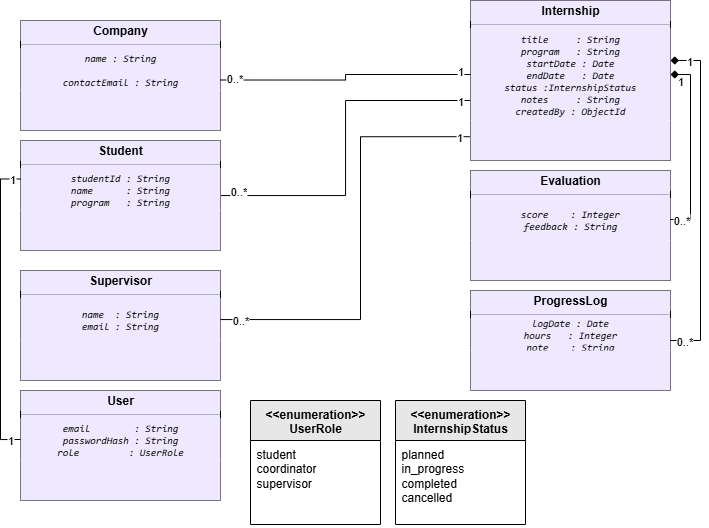
This is BDD.drawio.png from SantiagoOsorioR/sdlapps, a draw.io export, as it was before one commit. Source tidied: cells renumbered, new cells last; positions are measured from the earlier drawing's top-left corner, leaving out a move shared by most shapes.
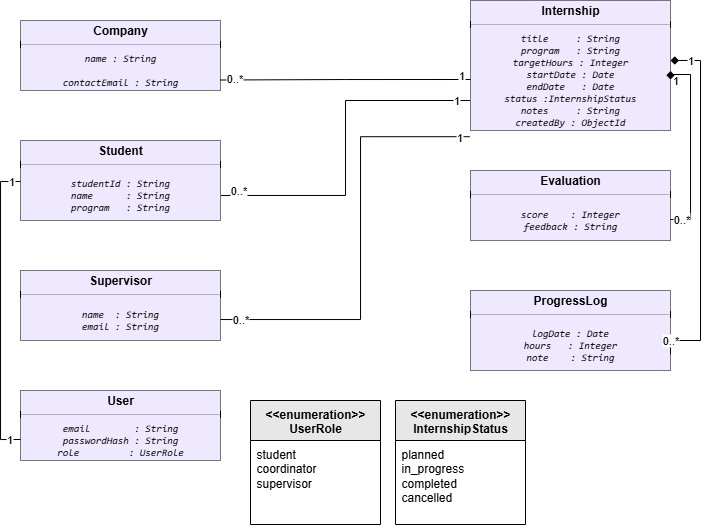
After the change.

Change to the diagram source:
```diff
@@ -3,7 +3,7 @@
     <mxCell id="0" />
     <mxCell id="1" parent="0" />
     <mxCell id="2" style="fontStyle=1;align=center;verticalAlign=middle;horizontal=1;labelBackgroundColor=none;fillColor=#EFE9FF;" parent="1" vertex="1">
-      <mxGeometry y="20" width="200" height="110" as="geometry" />
+      <mxGeometry y="20" width="200" height="70" as="geometry" />
     </mxCell>
     <mxCell id="3" value="Company" style="html=1;align=center;spacing=0;verticalAlign=middle;strokeColor=none;fillColor=#EFE9FF;whiteSpace=wrap;fontStyle=1;labelBackgroundColor=none;" parent="2" vertex="1">
       <mxGeometry width="200" height="20" as="geometry" />
@@ -14,9 +14,6 @@
     <mxCell id="5" value="&lt;code&gt;name : String&lt;/code&gt;&lt;br&gt;&lt;br&gt;&lt;code&gt;contactEmail : String&lt;/code&gt;" style="html=1;align=center;spacing=0;verticalAlign=middle;strokeColor=none;fillColor=#EFE9FF;whiteSpace=wrap;fontStyle=2;fontSize=10;labelBackgroundColor=none;" parent="2" vertex="1">
       <mxGeometry y="28" width="200" height="42" as="geometry" />
     </mxCell>
-    <mxCell id="6" style="html=1;align=left;spacing=0;spacingLeft=8;verticalAlign=middle;strokeColor=none;fillColor=#EFE9FF;whiteSpace=wrap;labelBackgroundColor=none;" parent="2" vertex="1">
-      <mxGeometry y="70" width="200" height="40" as="geometry" />
-    </mxCell>
     <mxCell id="7" style="edgeStyle=orthogonalEdgeStyle;rounded=0;jettySize=auto;html=1;entryX=0;entryY=0.5;entryDx=0;entryDy=0;endArrow=none;endFill=0;" parent="1" edge="1" source="10" target="28">
       <mxGeometry relative="1" as="geometry">
         <Array as="points">
@@ -37,7 +34,7 @@
       </mxGeometry>
     </mxCell>
     <mxCell id="10" style="fontStyle=1;align=center;verticalAlign=middle;horizontal=1;labelBackgroundColor=none;fillColor=#EFE9FF;" parent="1" vertex="1">
-      <mxGeometry y="140" width="200" height="110" as="geometry" />
+      <mxGeometry y="140" width="200" height="80" as="geometry" />
     </mxCell>
     <mxCell id="11" value="Student" style="html=1;align=center;spacing=0;verticalAlign=middle;strokeColor=none;fillColor=#EFE9FF;whiteSpace=wrap;fontStyle=1;labelBackgroundColor=none;" parent="10" vertex="1">
       <mxGeometry width="200" height="20" as="geometry" />
@@ -46,13 +43,10 @@
       <mxGeometry y="20" width="200" height="8" as="geometry" />
     </mxCell>
     <mxCell id="13" value="&lt;div&gt;&lt;font face=&quot;monospace&quot;&gt;studentId : String&lt;/font&gt;&lt;/div&gt;&lt;div&gt;&lt;font face=&quot;monospace&quot;&gt;name&amp;nbsp; &amp;nbsp; &amp;nbsp; : String&lt;/font&gt;&lt;/div&gt;&lt;div&gt;&lt;font face=&quot;monospace&quot;&gt;program&amp;nbsp; &amp;nbsp;: String&lt;/font&gt;&lt;/div&gt;" style="html=1;align=center;spacing=0;verticalAlign=middle;strokeColor=none;fillColor=#EFE9FF;whiteSpace=wrap;fontStyle=2;fontSize=10;labelBackgroundColor=none;" parent="10" vertex="1">
-      <mxGeometry y="28" width="200" height="42" as="geometry" />
+      <mxGeometry y="28" width="200" height="52" as="geometry" />
     </mxCell>
-    <mxCell id="14" style="html=1;align=left;spacing=0;spacingLeft=8;verticalAlign=middle;strokeColor=none;fillColor=#EFE9FF;whiteSpace=wrap;labelBackgroundColor=none;" parent="10" vertex="1">
-      <mxGeometry y="70" width="200" height="40" as="geometry" />
-    </mxCell>
     <mxCell id="15" style="fontStyle=1;align=center;verticalAlign=middle;horizontal=1;labelBackgroundColor=none;fillColor=#EFE9FF;" parent="1" vertex="1">
-      <mxGeometry y="270" width="200" height="110" as="geometry" />
+      <mxGeometry y="270" width="200" height="70" as="geometry" />
     </mxCell>
     <mxCell id="16" value="Supervisor" style="html=1;align=center;spacing=0;verticalAlign=middle;strokeColor=none;fillColor=#EFE9FF;whiteSpace=wrap;fontStyle=1;labelBackgroundColor=none;" parent="15" vertex="1">
       <mxGeometry width="200" height="20" as="geometry" />
@@ -63,11 +57,8 @@
     <mxCell id="18" value="&lt;div&gt;&lt;font face=&quot;monospace&quot;&gt;name&amp;nbsp; : String&lt;/font&gt;&lt;/div&gt;&lt;div&gt;&lt;font face=&quot;monospace&quot;&gt;email : String&lt;/font&gt;&lt;/div&gt;" style="html=1;align=center;spacing=0;verticalAlign=middle;strokeColor=none;fillColor=#EFE9FF;whiteSpace=wrap;fontStyle=2;fontSize=10;labelBackgroundColor=none;" parent="15" vertex="1">
       <mxGeometry y="28" width="200" height="42" as="geometry" />
     </mxCell>
-    <mxCell id="19" style="html=1;align=left;spacing=0;spacingLeft=8;verticalAlign=middle;strokeColor=none;fillColor=#EFE9FF;whiteSpace=wrap;labelBackgroundColor=none;" parent="15" vertex="1">
-      <mxGeometry y="70" width="200" height="40" as="geometry" />
-    </mxCell>
     <mxCell id="20" style="fontStyle=1;align=center;verticalAlign=middle;horizontal=1;labelBackgroundColor=none;fillColor=#EFE9FF;" parent="1" vertex="1">
-      <mxGeometry y="390" width="200" height="110" as="geometry" />
+      <mxGeometry y="390" width="200" height="70" as="geometry" />
     </mxCell>
     <mxCell id="21" value="User" style="html=1;align=center;spacing=0;verticalAlign=middle;strokeColor=none;fillColor=#EFE9FF;whiteSpace=wrap;fontStyle=1;labelBackgroundColor=none;" parent="20" vertex="1">
       <mxGeometry width="200" height="20" as="geometry" />
@@ -78,11 +69,8 @@
     <mxCell id="23" value="&lt;div&gt;&lt;font face=&quot;monospace&quot;&gt;email&amp;nbsp; &amp;nbsp; &amp;nbsp; &amp;nbsp; : String&lt;/font&gt;&lt;/div&gt;&lt;div&gt;&lt;font face=&quot;monospace&quot;&gt;passwordHash : String&lt;/font&gt;&lt;/div&gt;&lt;div&gt;&lt;font face=&quot;monospace&quot;&gt;role&amp;nbsp; &amp;nbsp; &amp;nbsp; &amp;nbsp; &amp;nbsp;: UserRole&lt;/font&gt;&lt;/div&gt;" style="html=1;align=center;spacing=0;verticalAlign=middle;strokeColor=none;fillColor=#EFE9FF;whiteSpace=wrap;fontStyle=2;fontSize=10;labelBackgroundColor=none;" parent="20" vertex="1">
       <mxGeometry y="28" width="200" height="42" as="geometry" />
     </mxCell>
-    <mxCell id="24" style="html=1;align=left;spacing=0;spacingLeft=8;verticalAlign=middle;strokeColor=none;fillColor=#EFE9FF;whiteSpace=wrap;labelBackgroundColor=none;" parent="20" vertex="1">
-      <mxGeometry y="70" width="200" height="40" as="geometry" />
-    </mxCell>
     <mxCell id="25" style="fontStyle=1;align=center;verticalAlign=middle;horizontal=1;labelBackgroundColor=none;fillColor=#EFE9FF;" parent="1" vertex="1">
-      <mxGeometry x="450" width="200" height="160" as="geometry" />
+      <mxGeometry x="450" width="200" height="130" as="geometry" />
     </mxCell>
     <mxCell id="26" value="Internship" style="html=1;align=center;spacing=0;verticalAlign=middle;strokeColor=none;fillColor=#EFE9FF;whiteSpace=wrap;fontStyle=1;labelBackgroundColor=none;" parent="25" vertex="1">
       <mxGeometry width="200" height="20" as="geometry" />
@@ -90,14 +78,11 @@
     <mxCell id="27" style="line;strokeWidth=0.25;fillColor=#EFE9FF;align=left;verticalAlign=middle;spacingTop=-1;spacingLeft=3;spacingRight=3;labelPosition=right;labelBackgroundColor=none;" parent="25" vertex="1">
       <mxGeometry y="20" width="200" height="8" as="geometry" />
     </mxCell>
-    <mxCell id="28" value="&lt;div&gt;&lt;font face=&quot;monospace&quot;&gt;title&amp;nbsp; &amp;nbsp; &amp;nbsp;: String&lt;/font&gt;&lt;/div&gt;&lt;div&gt;&lt;font face=&quot;monospace&quot;&gt;program&amp;nbsp; &amp;nbsp;: String&lt;/font&gt;&lt;/div&gt;&lt;div&gt;&lt;font face=&quot;monospace&quot;&gt;startDate : Date&lt;/font&gt;&lt;/div&gt;&lt;div&gt;&lt;font face=&quot;monospace&quot;&gt;endDate&amp;nbsp; &amp;nbsp;: Date&lt;/font&gt;&lt;/div&gt;&lt;div&gt;&lt;font face=&quot;monospace&quot;&gt;status :InternshipStatus&lt;/font&gt;&lt;/div&gt;&lt;div&gt;&lt;font face=&quot;monospace&quot;&gt;notes&amp;nbsp; &amp;nbsp; &amp;nbsp;: String&lt;/font&gt;&lt;/div&gt;&lt;div&gt;&lt;font face=&quot;monospace&quot;&gt;createdBy : ObjectId&lt;/font&gt;&lt;/div&gt;" style="html=1;align=center;spacing=0;verticalAlign=middle;strokeColor=none;fillColor=#EFE9FF;whiteSpace=wrap;fontStyle=2;fontSize=10;labelBackgroundColor=none;" parent="25" vertex="1">
-      <mxGeometry y="28" width="200" height="92" as="geometry" />
+    <mxCell id="28" value="&lt;div&gt;&lt;font face=&quot;monospace&quot;&gt;title&amp;nbsp; &amp;nbsp; &amp;nbsp;: String&lt;/font&gt;&lt;/div&gt;&lt;div&gt;&lt;font face=&quot;monospace&quot;&gt;program&amp;nbsp; &amp;nbsp;: String&lt;/font&gt;&lt;/div&gt;&lt;div&gt;&lt;font face=&quot;monospace&quot;&gt;targetHours : Integer&lt;/font&gt;&lt;/div&gt;&lt;div&gt;&lt;font face=&quot;monospace&quot;&gt;startDate : Date&lt;/font&gt;&lt;/div&gt;&lt;div&gt;&lt;font face=&quot;monospace&quot;&gt;endDate&amp;nbsp; &amp;nbsp;: Date&lt;/font&gt;&lt;/div&gt;&lt;div&gt;&lt;font face=&quot;monospace&quot;&gt;status :InternshipStatus&lt;/font&gt;&lt;/div&gt;&lt;div&gt;&lt;font face=&quot;monospace&quot;&gt;notes&amp;nbsp; &amp;nbsp; &amp;nbsp;: String&lt;/font&gt;&lt;/div&gt;&lt;div&gt;&lt;font face=&quot;monospace&quot;&gt;createdBy : ObjectId&lt;/font&gt;&lt;/div&gt;" style="html=1;align=center;spacing=0;verticalAlign=middle;strokeColor=none;fillColor=#EFE9FF;whiteSpace=wrap;fontStyle=2;fontSize=10;labelBackgroundColor=none;" parent="25" vertex="1">
+      <mxGeometry y="28" width="200" height="102" as="geometry" />
     </mxCell>
-    <mxCell id="29" style="html=1;align=left;spacing=0;spacingLeft=8;verticalAlign=middle;strokeColor=none;fillColor=#EFE9FF;whiteSpace=wrap;labelBackgroundColor=none;" parent="25" vertex="1">
-      <mxGeometry y="120" width="200" height="40" as="geometry" />
-    </mxCell>
     <mxCell id="30" style="fontStyle=1;align=center;verticalAlign=middle;horizontal=1;labelBackgroundColor=none;fillColor=#EFE9FF;" parent="1" vertex="1">
-      <mxGeometry x="450" y="290" width="200" height="100" as="geometry" />
+      <mxGeometry x="450" y="290" width="200" height="80" as="geometry" />
     </mxCell>
     <mxCell id="31" value="ProgressLog" style="html=1;align=center;spacing=0;verticalAlign=middle;strokeColor=none;fillColor=#EFE9FF;whiteSpace=wrap;fontStyle=1;labelBackgroundColor=none;" parent="30" vertex="1">
       <mxGeometry width="200" height="20" as="geometry" />
@@ -106,13 +91,10 @@
       <mxGeometry y="20" width="200" height="8" as="geometry" />
     </mxCell>
     <mxCell id="33" value="&lt;div&gt;&lt;font face=&quot;monospace&quot;&gt;logDate : Date&lt;/font&gt;&lt;/div&gt;&lt;div&gt;&lt;font face=&quot;monospace&quot;&gt;hours&amp;nbsp; &amp;nbsp;: Integer&lt;/font&gt;&lt;/div&gt;&lt;div&gt;&lt;font face=&quot;monospace&quot;&gt;note&amp;nbsp; &amp;nbsp; : String&lt;/font&gt;&lt;/div&gt;" style="html=1;align=center;spacing=0;verticalAlign=middle;strokeColor=none;fillColor=#EFE9FF;whiteSpace=wrap;fontStyle=2;fontSize=10;labelBackgroundColor=none;" parent="30" vertex="1">
-      <mxGeometry y="28" width="200" height="32" as="geometry" />
+      <mxGeometry y="28" width="200" height="52" as="geometry" />
     </mxCell>
-    <mxCell id="34" style="html=1;align=left;spacing=0;spacingLeft=8;verticalAlign=middle;strokeColor=none;fillColor=#EFE9FF;whiteSpace=wrap;labelBackgroundColor=none;" parent="30" vertex="1">
-      <mxGeometry y="60" width="200" height="40" as="geometry" />
-    </mxCell>
     <mxCell id="35" style="fontStyle=1;align=center;verticalAlign=middle;horizontal=1;labelBackgroundColor=none;fillColor=#EFE9FF;" parent="1" vertex="1">
-      <mxGeometry x="450" y="170" width="200" height="110" as="geometry" />
+      <mxGeometry x="450" y="170" width="200" height="70" as="geometry" />
     </mxCell>
     <mxCell id="36" value="Evaluation" style="html=1;align=center;spacing=0;verticalAlign=middle;strokeColor=none;fillColor=#EFE9FF;whiteSpace=wrap;fontStyle=1;labelBackgroundColor=none;" parent="35" vertex="1">
       <mxGeometry width="200" height="20" as="geometry" />
@@ -123,9 +105,6 @@
     <mxCell id="38" value="&lt;div&gt;&lt;font face=&quot;monospace&quot;&gt;score&amp;nbsp; &amp;nbsp; : Integer&lt;/font&gt;&lt;/div&gt;&lt;div&gt;&lt;font face=&quot;monospace&quot;&gt;feedback : String&lt;/font&gt;&lt;/div&gt;" style="html=1;align=center;spacing=0;verticalAlign=middle;strokeColor=none;fillColor=#EFE9FF;whiteSpace=wrap;fontStyle=2;fontSize=10;labelBackgroundColor=none;" parent="35" vertex="1">
       <mxGeometry y="28" width="200" height="42" as="geometry" />
     </mxCell>
-    <mxCell id="39" style="html=1;align=left;spacing=0;spacingLeft=8;verticalAlign=middle;strokeColor=none;fillColor=#EFE9FF;whiteSpace=wrap;labelBackgroundColor=none;" parent="35" vertex="1">
-      <mxGeometry y="70" width="200" height="40" as="geometry" />
-    </mxCell>
     <mxCell id="40" value="&amp;lt;&amp;lt;enumeration&amp;gt;&amp;gt; InternshipStatus" style="swimlane;fontStyle=1;align=center;verticalAlign=top;horizontal=1;startSize=40;whiteSpace=wrap;html=1;fillColor=#E7E7E7;" parent="1" vertex="1">
       <mxGeometry x="375" y="400" width="130" height="124" as="geometry" />
     </mxCell>
@@ -183,8 +162,9 @@
     <mxCell id="52" value="0..*" style="edgeLabel;html=1;align=center;verticalAlign=middle;" parent="50" vertex="1">
       <mxGeometry x="-0.92" relative="1" as="geometry" />
     </mxCell>
-    <mxCell id="53" style="edgeStyle=orthogonalEdgeStyle;rounded=0;jettySize=auto;html=1;entryX=-0.004;entryY=0.405;entryDx=0;entryDy=0;entryPerimeter=0;startArrow=none;startFill=0;endArrow=none;endFill=0;" parent="1" edge="1" source="18" target="29">
+    <mxCell id="53" style="edgeStyle=orthogonalEdgeStyle;rounded=0;jettySize=auto;html=1;entryX=-0.004;entryY=0.405;entryDx=0;entryDy=0;entryPerimeter=0;startArrow=none;startFill=0;endArrow=none;endFill=0;" parent="1" edge="1" source="18">
       <mxGeometry relative="1" as="geometry">
+        <mxPoint x="449.2" y="136.2" as="targetPoint" />
         <Array as="points">
           <mxPoint x="340" y="319" />
           <mxPoint x="340" y="136" />
```
